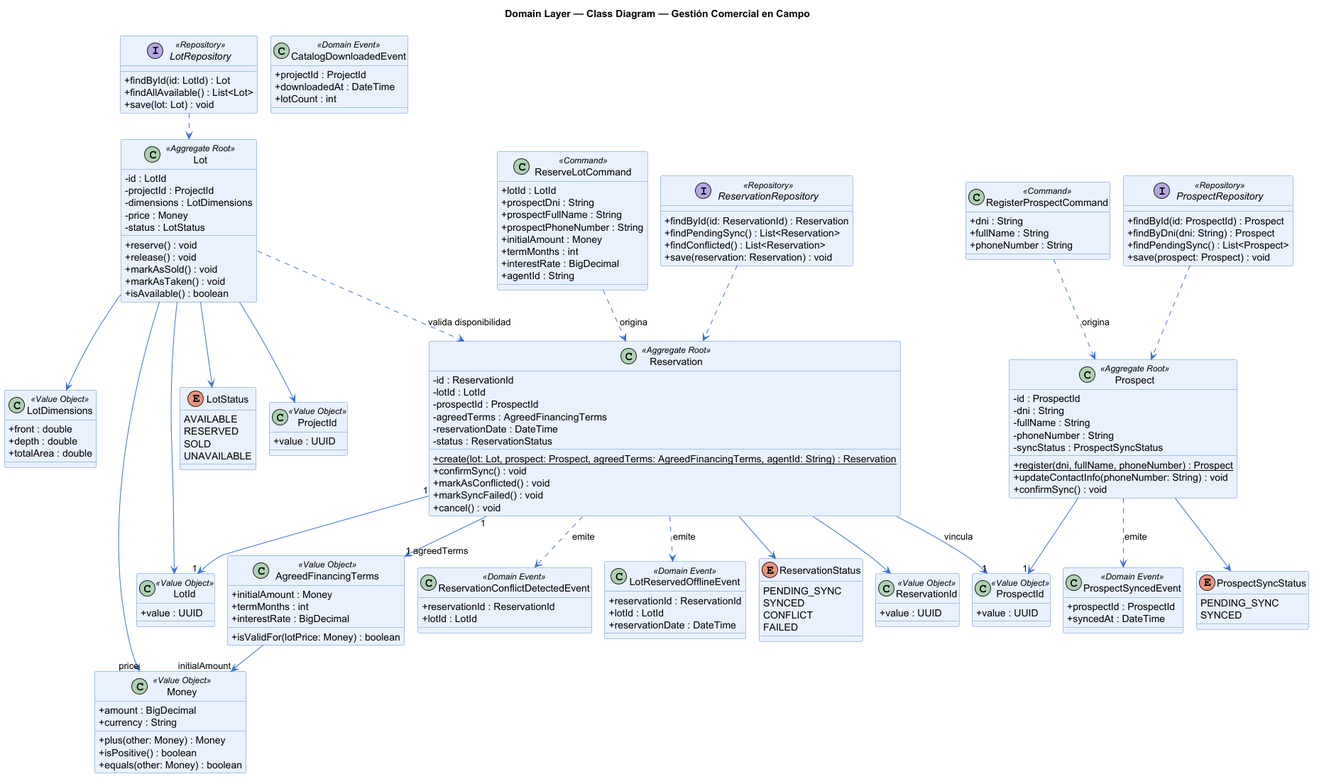
The PlantUML diagram assets/cap2/BC-Gestion-Comercial-en-Campo-Class-Diagram.png in 1ACC0238-2620-13981-NovaCorp-InmoNode/InmoNode-Project-Report, before a commit.
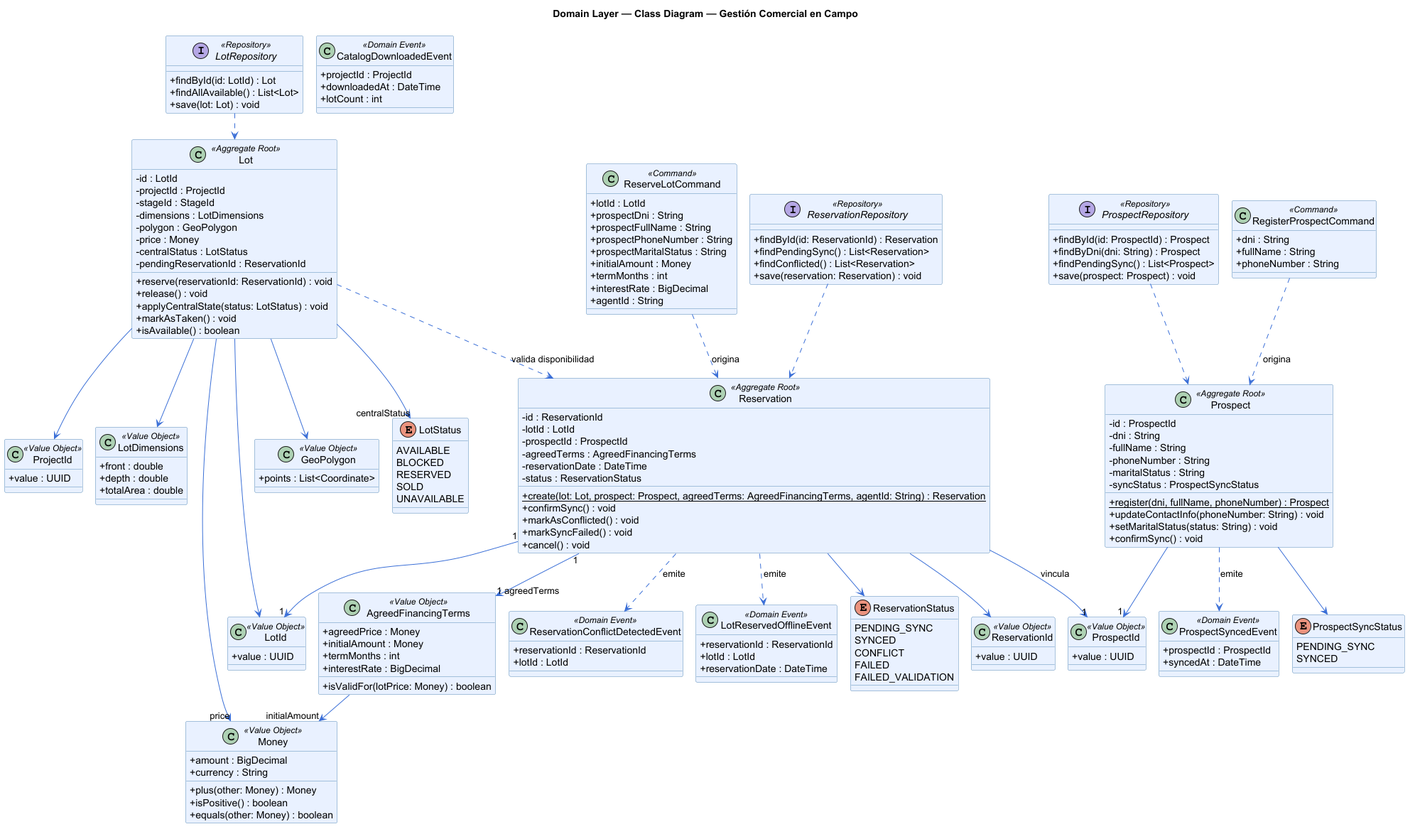
After the change.

Diff of the diagram source:
```diff
@@ -15,6 +15,7 @@
   +prospectDni : String
   +prospectFullName : String
   +prospectPhoneNumber : String
+  +prospectMaritalStatus : String
   +initialAmount : Money
   +termMonths : int
   +interestRate : BigDecimal
@@ -70,14 +71,21 @@
 class Lot <<Aggregate Root>> {
   -id : LotId
   -projectId : ProjectId
+  -stageId : StageId
   -dimensions : LotDimensions
+  -polygon : GeoPolygon
   -price : Money
-  -status : LotStatus
-  +reserve() : void
+  -centralStatus : LotStatus
+  -pendingReservationId : ReservationId
+  +reserve(reservationId: ReservationId) : void
   +release() : void
-  +markAsSold() : void
+  +applyCentralState(status: LotStatus) : void
   +markAsTaken() : void
   +isAvailable() : boolean
+}
+
+class GeoPolygon <<Value Object>> {
+  +points : List<Coordinate>
 }
 
 class Prospect <<Aggregate Root>> {
@@ -85,9 +93,11 @@
   -dni : String
   -fullName : String
   -phoneNumber : String
+  -maritalStatus : String
   -syncStatus : ProspectSyncStatus
   +{static} register(dni, fullName, phoneNumber) : Prospect
   +updateContactInfo(phoneNumber: String) : void
+  +setMaritalStatus(status: String) : void
   +confirmSync() : void
 }
 
@@ -102,6 +112,7 @@
 }
 
 class AgreedFinancingTerms <<Value Object>> {
+  +agreedPrice : Money
   +initialAmount : Money
   +termMonths : int
   +interestRate : BigDecimal
@@ -124,10 +135,12 @@
   SYNCED
   CONFLICT
   FAILED
+  FAILED_VALIDATION
 }
 
 enum LotStatus {
   AVAILABLE
+  BLOCKED
   RESERVED
   SOLD
   UNAVAILABLE
@@ -182,7 +195,8 @@
 Lot --> ProjectId
 Lot --> LotDimensions
 Lot --> "price" Money
-Lot --> LotStatus
+Lot --> "centralStatus" LotStatus
+Lot --> GeoPolygon
 Lot ..> Reservation : valida disponibilidad >
 
 Prospect --> "1" ProspectId
```
